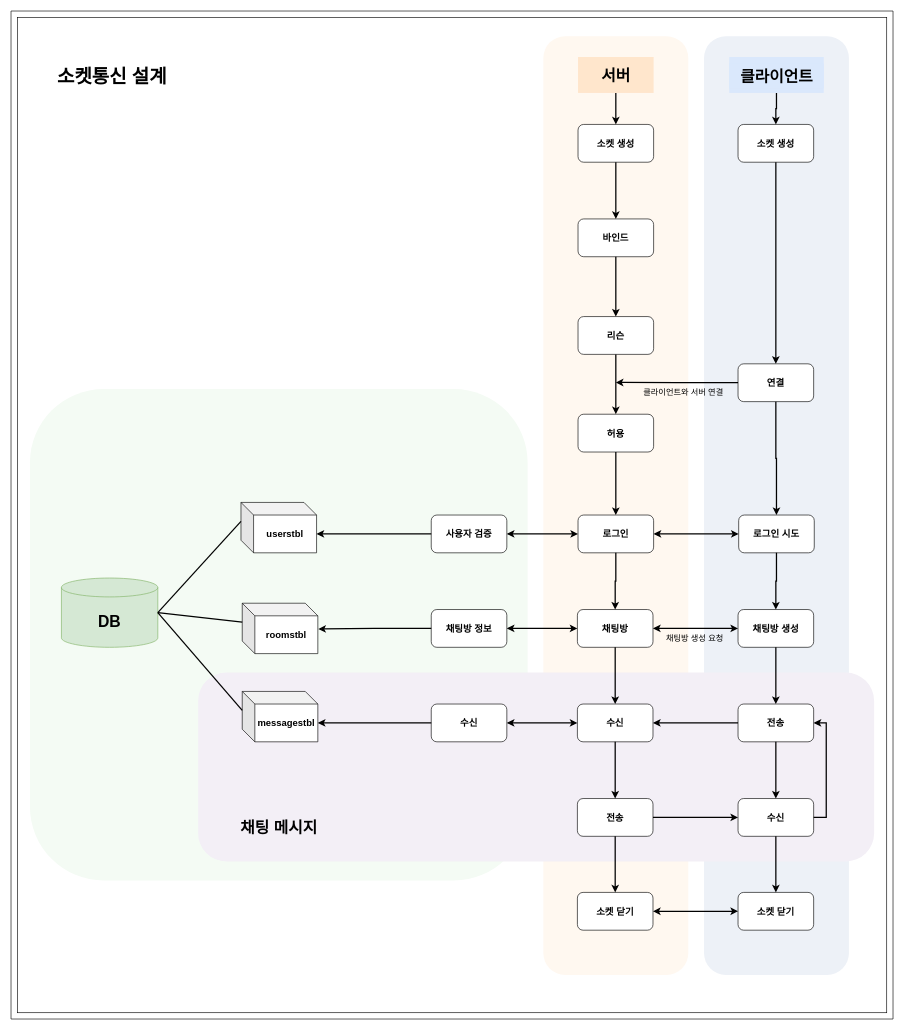
Above: 제목 없는 다이어그램.drawio in Hyunmin-Kwak-hub/neighbor21 (draw.io), before the change. Source tidied: cells renumbered, new cells numbered last; positions are measured from the earlier drawing's top-left corner, leaving out a move shared by most shapes. Both pictures are drawn from the tidied source at 63%, with x=0, y=0 at pixel (11, 11).
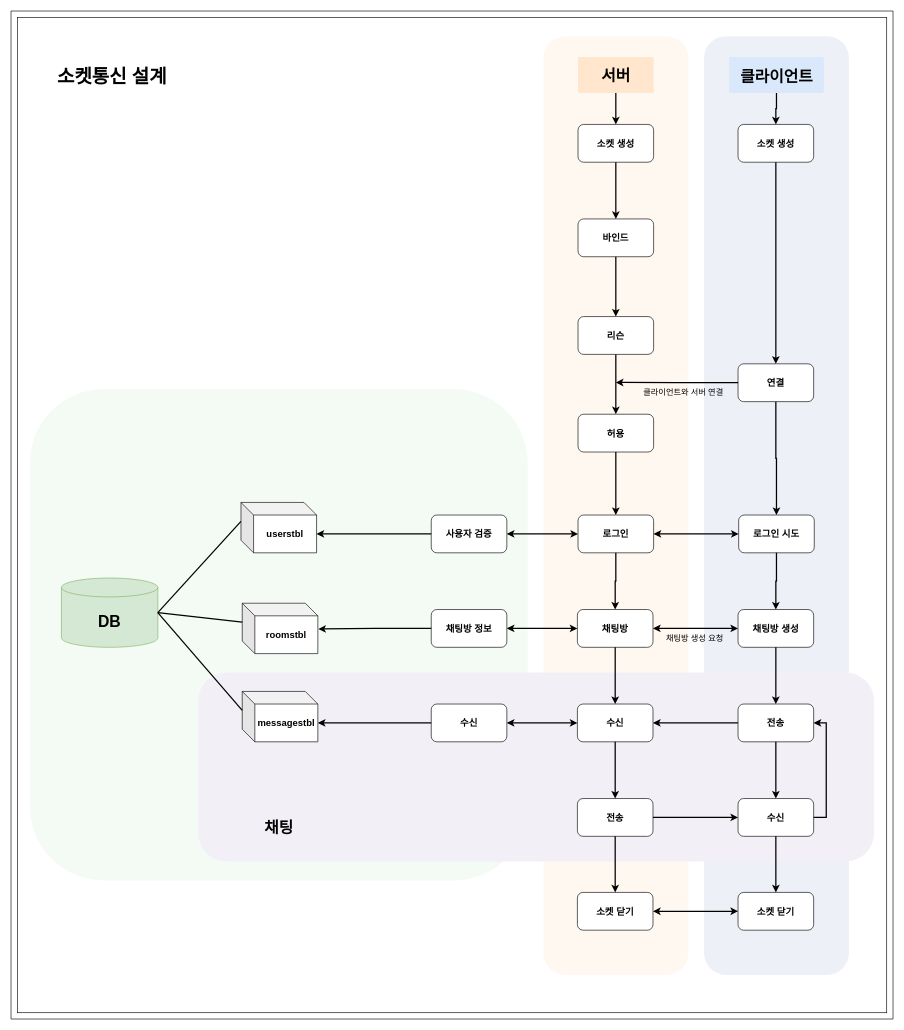
The same page after the edit.

Commit message (it also covers changes not shown here):
제목 없는 다이어그램.drawio 업데이트

Unchanged cells that the change refers to:
```xml
<mxCell id="2" style="swimlane;startSize=0;fontSize=25;" parent="1" vertex="1">
  <mxGeometry width="1400" height="1600" as="geometry" />
</mxCell>
```

Diff of the diagram source:
```diff
@@
-    <mxCell id="33" value="채팅 메시지" style="text;html=1;align=center;verticalAlign=middle;whiteSpace=wrap;rounded=0;fontSize=25;fontStyle=1;" parent="2" vertex="1">
+    <mxCell id="33" value="채팅" style="text;html=1;align=center;verticalAlign=middle;whiteSpace=wrap;rounded=0;fontSize=25;fontStyle=1;" parent="2" vertex="1">
       <mxGeometry x="333.5" y="1270" width="183" height="50" as="geometry" />
     </mxCell>
```
